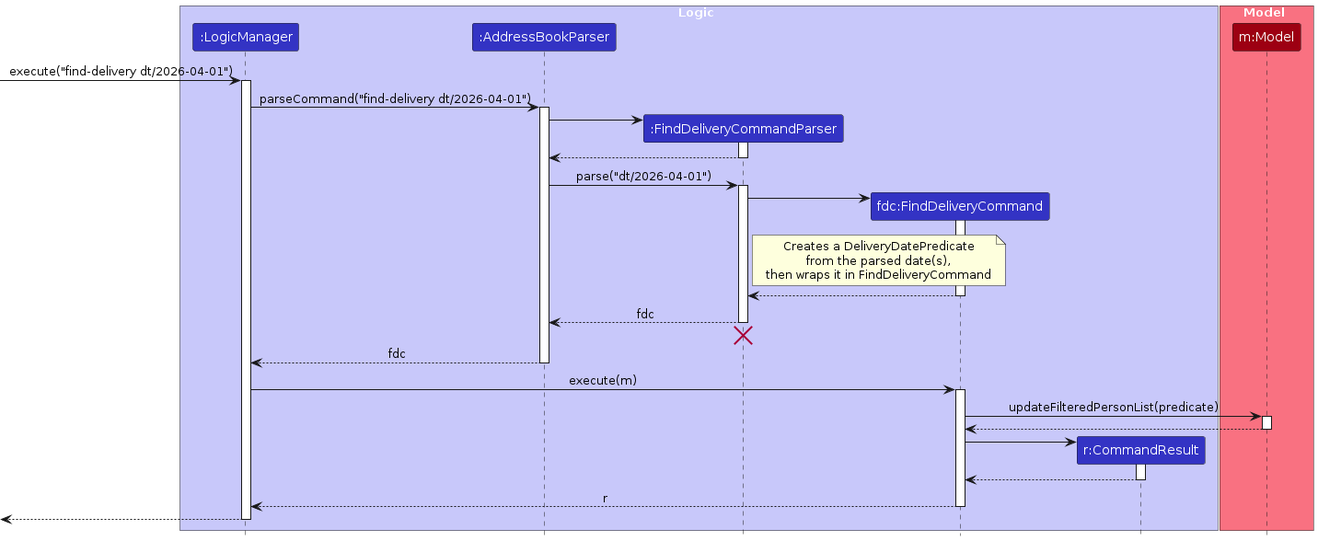
This is diagrams/FindDeliverySequenceDiagram.png from DenseLance-alt/tp, a PlantUML export, as it was before one commit. Its source is kept beside it as diagrams/FindDeliverySequenceDiagram.puml. Its diagram source:
```plantuml
@startuml
!include style.puml
skinparam ArrowFontStyle plain

box Logic LOGIC_COLOR_T1
participant ":LogicManager" as LogicManager LOGIC_COLOR
participant ":AddressBookParser" as AddressBookParser LOGIC_COLOR
participant ":FindDeliveryCommandParser" as FindDeliveryCommandParser LOGIC_COLOR
participant "fdc:FindDeliveryCommand" as FindDeliveryCommand LOGIC_COLOR
participant "r:CommandResult" as CommandResult LOGIC_COLOR
end box

box Model MODEL_COLOR_T1
participant "m:Model" as Model MODEL_COLOR
end box

[-> LogicManager : execute("find-delivery dt/2026-04-01")
activate LogicManager

LogicManager -> AddressBookParser : parseCommand("find-delivery dt/2026-04-01")
activate AddressBookParser

create FindDeliveryCommandParser
AddressBookParser -> FindDeliveryCommandParser
activate FindDeliveryCommandParser

FindDeliveryCommandParser --> AddressBookParser
deactivate FindDeliveryCommandParser

AddressBookParser -> FindDeliveryCommandParser : parse("dt/2026-04-01")
activate FindDeliveryCommandParser

create FindDeliveryCommand
FindDeliveryCommandParser -> FindDeliveryCommand
activate FindDeliveryCommand

note right of FindDeliveryCommandParser
  Creates a DeliveryDatePredicate
  from the parsed date(s),
  then wraps it in FindDeliveryCommand
end note

FindDeliveryCommand --> FindDeliveryCommandParser :
deactivate FindDeliveryCommand

FindDeliveryCommandParser --> AddressBookParser : fdc
deactivate FindDeliveryCommandParser
FindDeliveryCommandParser -[hidden]-> AddressBookParser
destroy FindDeliveryCommandParser

AddressBookParser --> LogicManager : fdc
deactivate AddressBookParser

LogicManager -> FindDeliveryCommand : execute(m)
activate FindDeliveryCommand

FindDeliveryCommand -> Model : updateFilteredPersonList(predicate)
activate Model

Model --> FindDeliveryCommand
deactivate Model

create CommandResult
FindDeliveryCommand -> CommandResult
activate CommandResult

CommandResult --> FindDeliveryCommand
deactivate CommandResult

FindDeliveryCommand --> LogicManager : r
deactivate FindDeliveryCommand

[<--LogicManager
deactivate LogicManager
@enduml
```
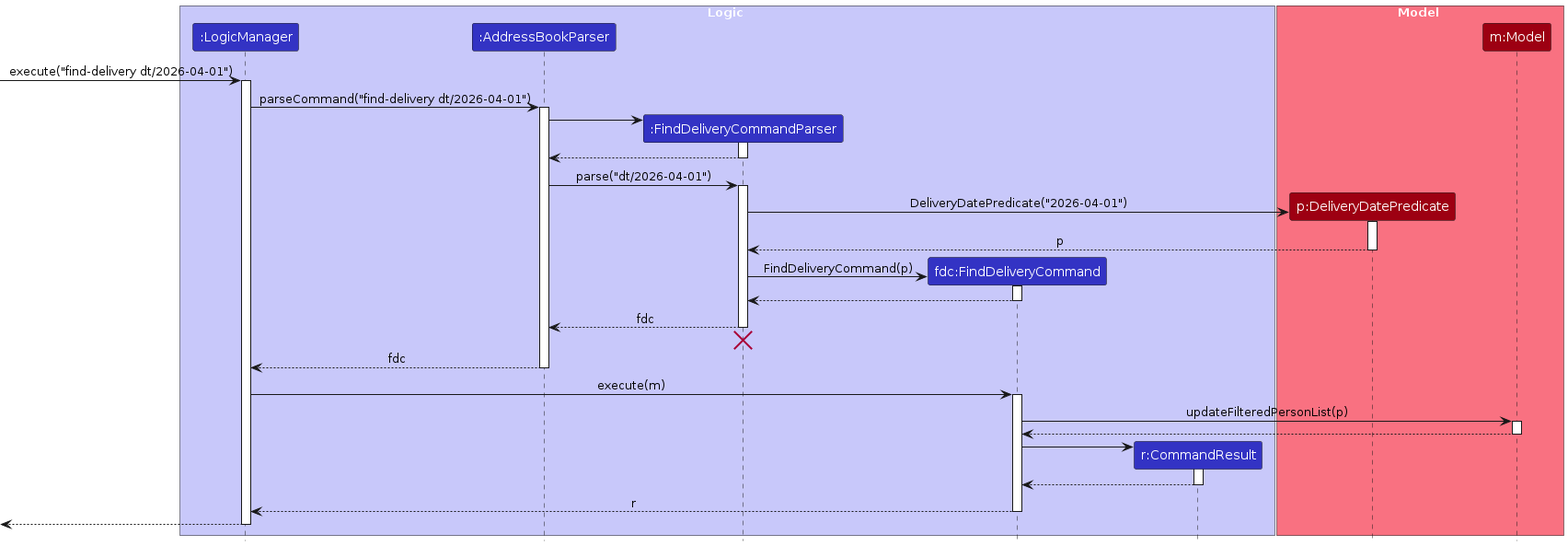
Later version of the same file.

Change to the diagram source:
```diff
@@ -11,6 +11,7 @@
 end box
 
 box Model MODEL_COLOR_T1
+participant "p:DeliveryDatePredicate" as DeliveryDatePredicate MODEL_COLOR
 participant "m:Model" as Model MODEL_COLOR
 end box
 
@@ -30,15 +31,16 @@
 AddressBookParser -> FindDeliveryCommandParser : parse("dt/2026-04-01")
 activate FindDeliveryCommandParser
 
+create DeliveryDatePredicate
+FindDeliveryCommandParser -> DeliveryDatePredicate : DeliveryDatePredicate("2026-04-01")
+activate DeliveryDatePredicate
+
+DeliveryDatePredicate --> FindDeliveryCommandParser : p
+deactivate DeliveryDatePredicate
+
 create FindDeliveryCommand
-FindDeliveryCommandParser -> FindDeliveryCommand
+FindDeliveryCommandParser -> FindDeliveryCommand : FindDeliveryCommand(p)
 activate FindDeliveryCommand
-
-note right of FindDeliveryCommandParser
-  Creates a DeliveryDatePredicate
-  from the parsed date(s),
-  then wraps it in FindDeliveryCommand
-end note
 
 FindDeliveryCommand --> FindDeliveryCommandParser :
 deactivate FindDeliveryCommand
@@ -54,7 +56,7 @@
 LogicManager -> FindDeliveryCommand : execute(m)
 activate FindDeliveryCommand
 
-FindDeliveryCommand -> Model : updateFilteredPersonList(predicate)
+FindDeliveryCommand -> Model : updateFilteredPersonList(p)
 activate Model
 
 Model --> FindDeliveryCommand
```
